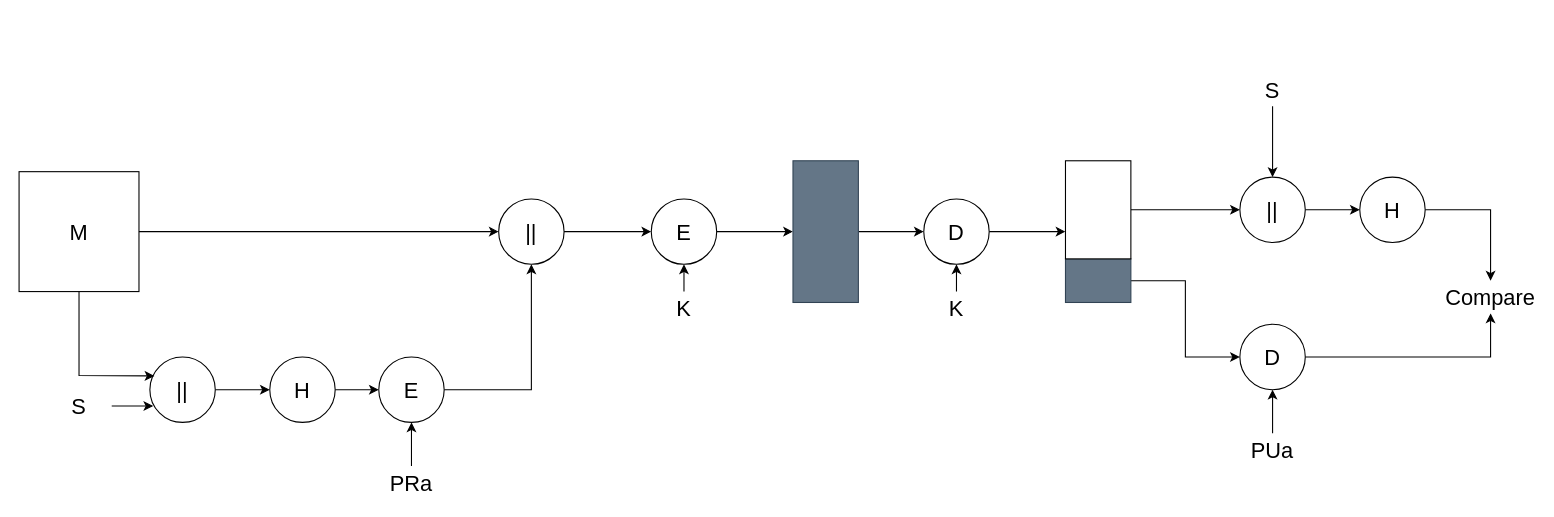
This is Untitled Diagram.drawio from haudang217/HashModel-with-Digital-Signature, a draw.io file, before an edit. Source tidied: cells renumbered, new cells numbered last; positions are measured from the earlier drawing's top-left corner, leaving out a move shared by most shapes. Both pictures are drawn from the tidied source at 109%, with x=0, y=0 at pixel (19, 73).
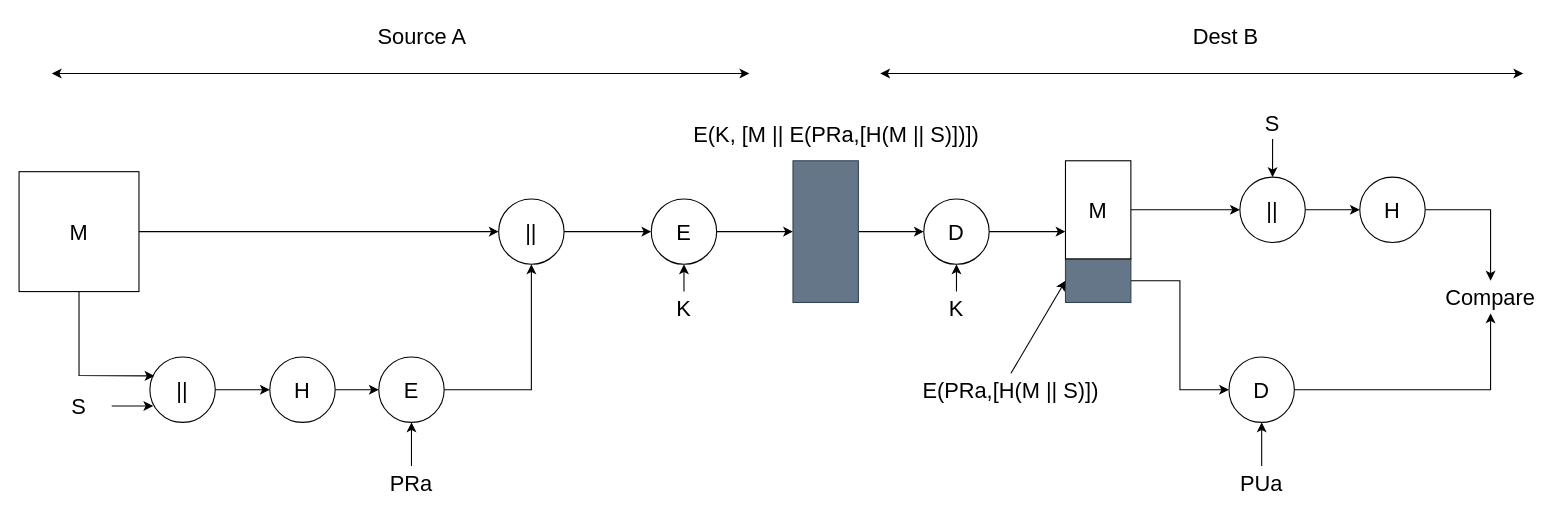
Above is the later version.

The change refers to these unchanged cells:
```xml
<mxCell id="28" style="rounded=0;whiteSpace=wrap;html=1;fontSize=20;fillColor=#647687;strokeColor=#314354;fontColor=#ffffff;" parent="1" vertex="1">
  <mxGeometry x="960" y="170" width="60" height="40" as="geometry" />
</mxCell>
```

Diff of the diagram source:
```diff
@@
-    <mxCell id="30" style="rounded=0;whiteSpace=wrap;html=1;fontSize=20;" parent="1" vertex="1">
+    <mxCell id="30" value="M" style="rounded=0;whiteSpace=wrap;html=1;fontSize=20;" parent="1" vertex="1">
       <mxGeometry x="960" y="80" width="60" height="90" as="geometry" />
     </mxCell>
@@
     <mxCell id="36" value="&lt;font style=&quot;font-size: 20px&quot;&gt;D&lt;/font&gt;" style="ellipse;whiteSpace=wrap;html=1;" parent="1" vertex="1">
-      <mxGeometry x="1120" y="230" width="60" height="60" as="geometry" />
+      <mxGeometry x="1110" y="260" width="60" height="60" as="geometry" />
     </mxCell>
@@
     <mxCell id="38" value="S" style="text;html=1;strokeColor=none;fillColor=none;align=center;verticalAlign=middle;whiteSpace=wrap;rounded=0;fontSize=20;" parent="1" vertex="1">
-      <mxGeometry x="1120" width="60" height="30" as="geometry" />
+      <mxGeometry x="1120" y="30" width="60" height="30" as="geometry" />
     </mxCell>
@@
     <mxCell id="40" value="PUa" style="text;html=1;strokeColor=none;fillColor=none;align=center;verticalAlign=middle;whiteSpace=wrap;rounded=0;fontSize=20;" parent="1" vertex="1">
-      <mxGeometry x="1120" y="330" width="60" height="30" as="geometry" />
+      <mxGeometry x="1110" y="360" width="60" height="30" as="geometry" />
     </mxCell>
@@
+    <mxCell id="42" value="Source A" style="text;html=1;strokeColor=none;fillColor=none;align=center;verticalAlign=middle;whiteSpace=wrap;rounded=0;fontSize=20;" parent="1" vertex="1">
+      <mxGeometry x="320" y="-50" width="100" height="30" as="geometry" />
+    </mxCell>
+    <mxCell id="43" value="Dest B&lt;span style=&quot;white-space: pre&quot;&gt; &lt;/span&gt;" style="text;html=1;strokeColor=none;fillColor=none;align=center;verticalAlign=middle;whiteSpace=wrap;rounded=0;fontSize=20;" parent="1" vertex="1">
+      <mxGeometry x="1060" y="-50" width="100" height="30" as="geometry" />
+    </mxCell>
+    <mxCell id="44" style="endArrow=classic;startArrow=classic;html=1;rounded=0;fontSize=20;" parent="1" edge="1">
+      <mxGeometry relative="1" as="geometry">
+        <mxPoint x="30" as="sourcePoint" />
+        <mxPoint x="670" as="targetPoint" />
+      </mxGeometry>
+    </mxCell>
+    <mxCell id="45" style="endArrow=classic;startArrow=classic;html=1;rounded=0;fontSize=20;" parent="1" edge="1">
+      <mxGeometry relative="1" as="geometry">
+        <mxPoint x="790" as="sourcePoint" />
+        <mxPoint x="1380" as="targetPoint" />
+      </mxGeometry>
+    </mxCell>
+    <mxCell id="46" value="E(K, [M || E(PRa,[H(M || S)])])" style="text;html=1;strokeColor=none;fillColor=none;align=center;verticalAlign=middle;whiteSpace=wrap;rounded=0;fontSize=20;" parent="1" vertex="1">
+      <mxGeometry x="600" y="40" width="300" height="30" as="geometry" />
+    </mxCell>
+    <mxCell id="47" value="E(PRa,[H(M || S)])" style="text;html=1;strokeColor=none;fillColor=none;align=center;verticalAlign=middle;whiteSpace=wrap;rounded=0;fontSize=20;" parent="1" vertex="1">
+      <mxGeometry x="810" y="275" width="200" height="30" as="geometry" />
+    </mxCell>
+    <mxCell id="48" style="endArrow=classic;html=1;rounded=0;fontSize=20;exitX=0.5;exitY=0;exitDx=0;exitDy=0;entryX=0;entryY=0.5;entryDx=0;entryDy=0;" parent="1" edge="1" source="47" target="28">
+      <mxGeometry relative="1" as="geometry" />
+    </mxCell>
```
